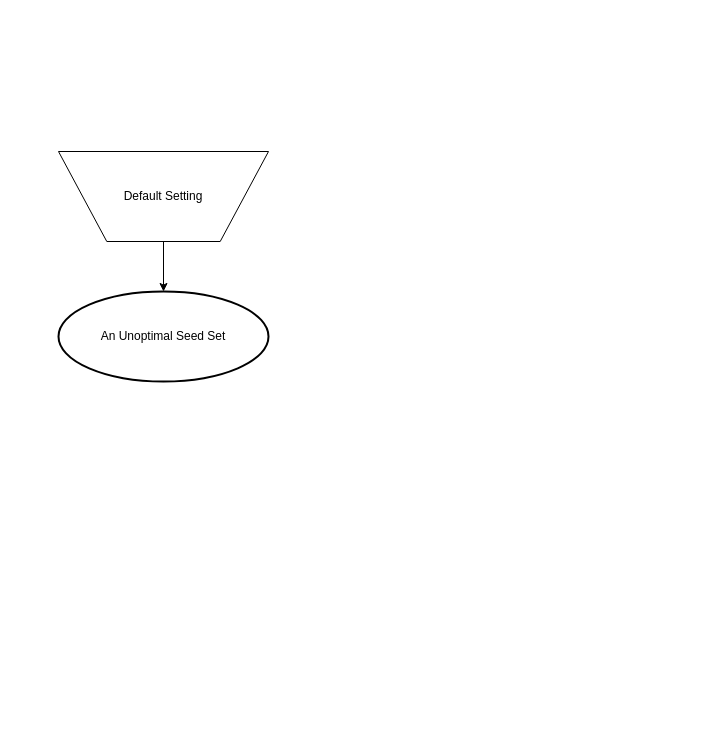
Before: page "第 8 页" (8 of 8) of graph.drawio in wildpointer160422/draw, a draw.io diagram. Source tidied: cells renumbered, new cells numbered last; positions are measured from the earlier drawing's top-left corner, leaving out a move shared by most shapes. Both pictures are drawn from the tidied source at 100%, with x=0, y=0 at pixel (58, 151).
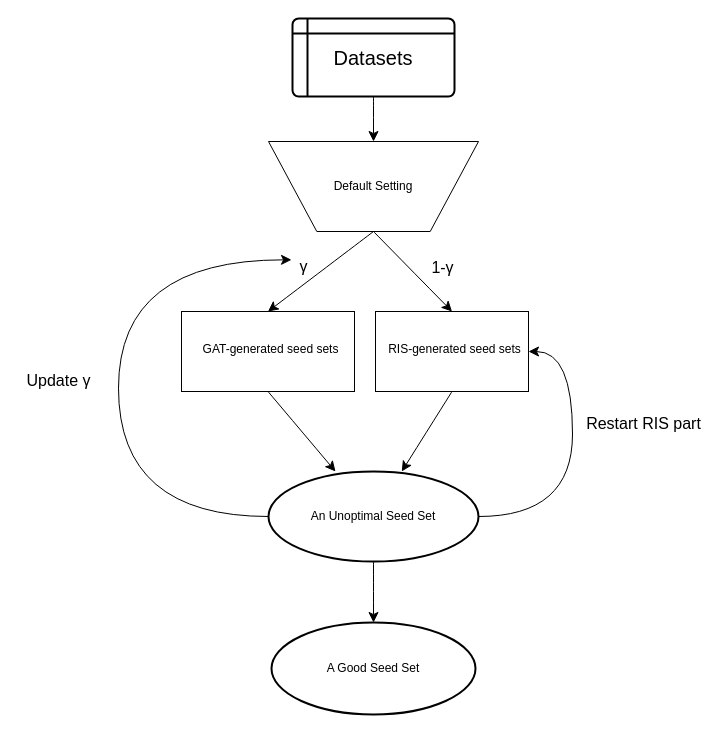
Above is the later version.

Change to the diagram source:
```diff
@@
+    <mxCell id="5" style="edgeStyle=orthogonalEdgeStyle;curved=1;rounded=0;jettySize=auto;html=1;exitX=1;exitY=0.5;exitDx=0;exitDy=0;exitPerimeter=0;entryX=1;entryY=0.5;entryDx=0;entryDy=0;fontSize=12;startSize=8;endSize=8;" parent="1" edge="1" source="2" target="9">
+      <mxGeometry relative="1" as="geometry">
+        <Array as="points">
+          <mxPoint x="514" y="365" />
+          <mxPoint x="514" y="200" />
+        </Array>
+      </mxGeometry>
+    </mxCell>
     <mxCell id="2" value="An Unoptimal Seed Set" style="strokeWidth=2;html=1;shape=mxgraph.flowchart.start_2;whiteSpace=wrap;" parent="1" vertex="1">
-      <mxGeometry y="140" width="210" height="90" as="geometry" />
+      <mxGeometry x="210" y="320" width="210" height="90" as="geometry" />
     </mxCell>
-    <mxCell id="3" style="edgeStyle=orthogonalEdgeStyle;rounded=0;jettySize=auto;html=1;exitX=0.5;exitY=1;exitDx=0;exitDy=0;" parent="1" edge="1" source="4" target="2">
-      <mxGeometry relative="1" as="geometry" />
-    </mxCell>
+    <mxCell id="6" style="edgeStyle=none;curved=1;rounded=0;jettySize=auto;html=1;exitX=0.5;exitY=1;exitDx=0;exitDy=0;entryX=0.5;entryY=0;entryDx=0;entryDy=0;fontSize=12;startSize=8;endSize=8;" parent="1" edge="1" source="4" target="11">
+      <mxGeometry relative="1" as="geometry" />
+    </mxCell>
+    <mxCell id="7" style="edgeStyle=none;curved=1;rounded=0;jettySize=auto;html=1;exitX=0.5;exitY=1;exitDx=0;exitDy=0;entryX=0.5;entryY=0;entryDx=0;entryDy=0;fontSize=12;startSize=8;endSize=8;" parent="1" edge="1" source="4" target="9">
+      <mxGeometry relative="1" as="geometry" />
+    </mxCell>
     <mxCell id="4" value="Default Setting" style="verticalLabelPosition=middle;verticalAlign=middle;html=1;shape=trapezoid;perimeter=trapezoidPerimeter;whiteSpace=wrap;size=0.23;arcSize=10;flipV=1;labelPosition=center;align=center;" parent="1" vertex="1">
-      <mxGeometry width="210" height="90" as="geometry" />
+      <mxGeometry x="210" y="-10" width="210" height="90" as="geometry" />
     </mxCell>
+    <mxCell id="8" style="edgeStyle=none;curved=1;rounded=0;jettySize=auto;html=1;exitX=0.5;exitY=1;exitDx=0;exitDy=0;fontSize=12;startSize=8;endSize=8;" parent="1" edge="1" source="9" target="2">
+      <mxGeometry relative="1" as="geometry" />
+    </mxCell>
+    <mxCell id="9" style="whiteSpace=wrap;html=1;" parent="1" vertex="1">
+      <mxGeometry x="317" y="160" width="153" height="80" as="geometry" />
+    </mxCell>
+    <mxCell id="10" style="edgeStyle=none;curved=1;rounded=0;jettySize=auto;html=1;exitX=0.5;exitY=1;exitDx=0;exitDy=0;fontSize=12;startSize=8;endSize=8;" parent="1" edge="1" source="11" target="2">
+      <mxGeometry relative="1" as="geometry" />
+    </mxCell>
+    <mxCell id="11" style="whiteSpace=wrap;html=1;" parent="1" vertex="1">
+      <mxGeometry x="123" y="160" width="173" height="80" as="geometry" />
+    </mxCell>
+    <mxCell id="12" value="γ" style="text;html=1;align=center;verticalAlign=middle;points=[];strokeColor=none;fillColor=none;fontSize=16;" parent="1" vertex="1">
+      <mxGeometry x="230" y="100" width="30" height="30" as="geometry" />
+    </mxCell>
+    <mxCell id="13" value="1-γ" style="text;html=1;align=center;verticalAlign=middle;strokeColor=none;fillColor=none;fontSize=16;" parent="1" vertex="1">
+      <mxGeometry x="359" y="101" width="50" height="30" as="geometry" />
+    </mxCell>
+    <mxCell id="14" value="GAT-generated seed sets" style="text;html=1;align=center;verticalAlign=middle;whiteSpace=wrap;rounded=0;" parent="1" vertex="1">
+      <mxGeometry x="112" y="183" width="201" height="30" as="geometry" />
+    </mxCell>
+    <mxCell id="15" value="RIS-generated seed sets" style="text;html=1;align=center;verticalAlign=middle;whiteSpace=wrap;rounded=0;" parent="1" vertex="1">
+      <mxGeometry x="296" y="183" width="201" height="30" as="geometry" />
+    </mxCell>
+    <mxCell id="16" style="edgeStyle=orthogonalEdgeStyle;curved=1;rounded=0;jettySize=auto;html=1;exitX=0;exitY=0.5;exitDx=0;exitDy=0;exitPerimeter=0;entryX=0.1;entryY=0.278;entryDx=0;entryDy=0;entryPerimeter=0;fontSize=12;startSize=8;endSize=8;" parent="1" edge="1" source="2" target="12">
+      <mxGeometry relative="1" as="geometry">
+        <Array as="points">
+          <mxPoint x="60" y="365" />
+          <mxPoint x="60" y="108" />
+        </Array>
+      </mxGeometry>
+    </mxCell>
+    <mxCell id="17" style="edgeStyle=none;curved=1;rounded=0;jettySize=auto;html=1;exitX=0.5;exitY=1;exitDx=0;exitDy=0;fontSize=12;startSize=8;endSize=8;" parent="1" edge="1" source="18" target="4">
+      <mxGeometry relative="1" as="geometry" />
+    </mxCell>
+    <mxCell id="18" value="&lt;font style=&quot;font-size: 20px;&quot;&gt;Datasets&lt;/font&gt;" style="shape=internalStorage;whiteSpace=wrap;html=1;dx=15;dy=15;rounded=1;arcSize=8;strokeWidth=2;" parent="1" vertex="1">
+      <mxGeometry x="234" y="-133" width="162" height="78" as="geometry" />
+    </mxCell>
+    <mxCell id="19" value="A Good Seed Set" style="strokeWidth=2;html=1;shape=mxgraph.flowchart.start_1;whiteSpace=wrap;" parent="1" vertex="1">
+      <mxGeometry x="213" y="471" width="204" height="92" as="geometry" />
+    </mxCell>
+    <mxCell id="20" style="edgeStyle=none;curved=1;rounded=0;jettySize=auto;html=1;exitX=0.5;exitY=1;exitDx=0;exitDy=0;exitPerimeter=0;entryX=0.5;entryY=0;entryDx=0;entryDy=0;entryPerimeter=0;fontSize=12;startSize=8;endSize=8;" parent="1" edge="1" source="2" target="19">
+      <mxGeometry relative="1" as="geometry" />
+    </mxCell>
+    <mxCell id="21" value="Update γ" style="text;html=1;align=center;verticalAlign=middle;strokeColor=none;fillColor=none;fontSize=16;" parent="1" vertex="1">
+      <mxGeometry x="-41" y="213" width="82" height="31" as="geometry" />
+    </mxCell>
+    <mxCell id="22" value="Restart RIS part" style="text;html=1;align=center;verticalAlign=middle;strokeColor=none;fillColor=none;fontSize=16;" parent="1" vertex="1">
+      <mxGeometry x="518" y="256" width="133" height="31" as="geometry" />
+    </mxCell>
```
